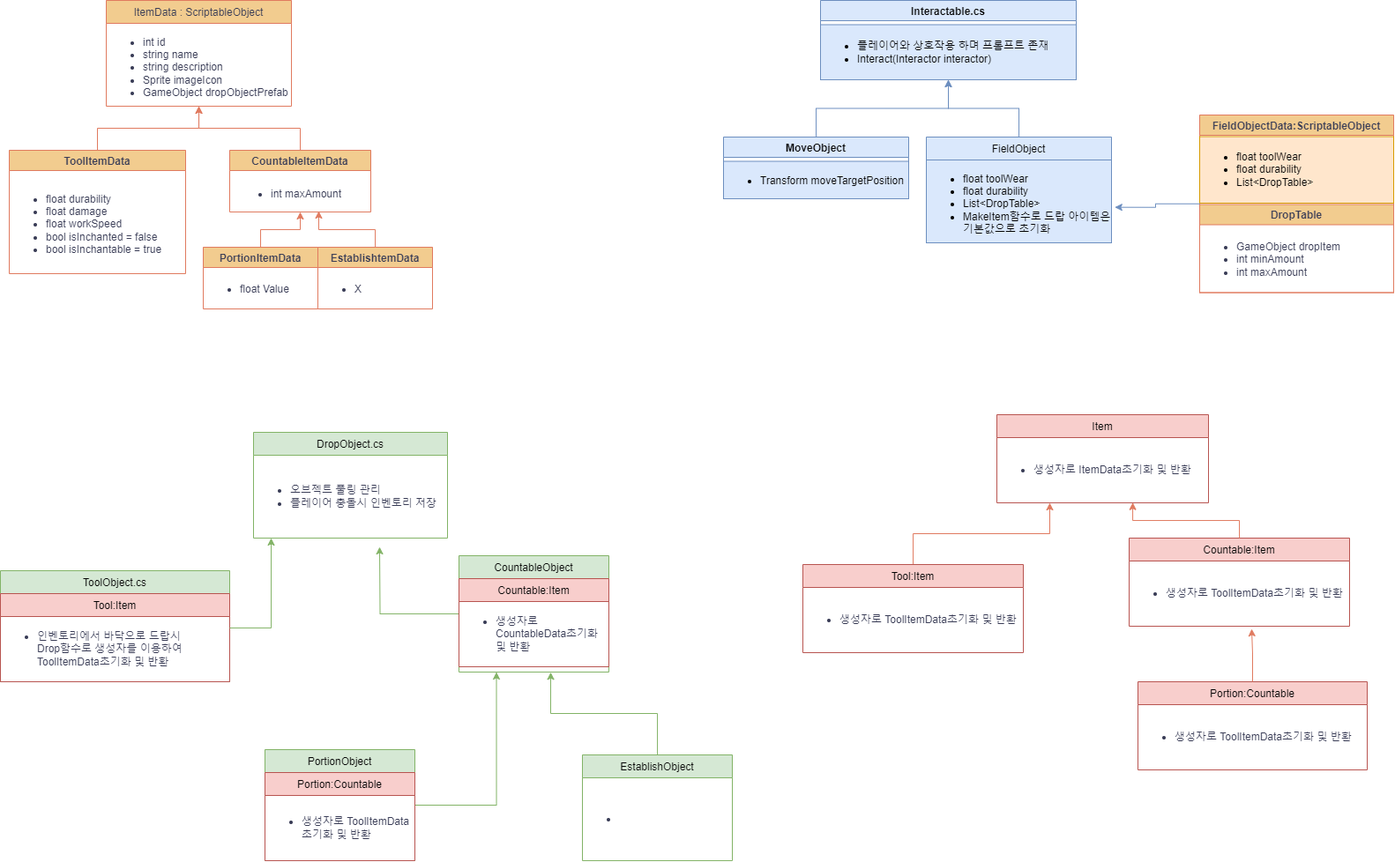
This is 제목 없는 다이어그램.drawio.png from hae-seung/ddolking, a draw.io export, as it was before one commit. Source tidied: cells renumbered, new cells last; positions are measured from the earlier drawing's top-left corner, leaving out a move shared by most shapes.
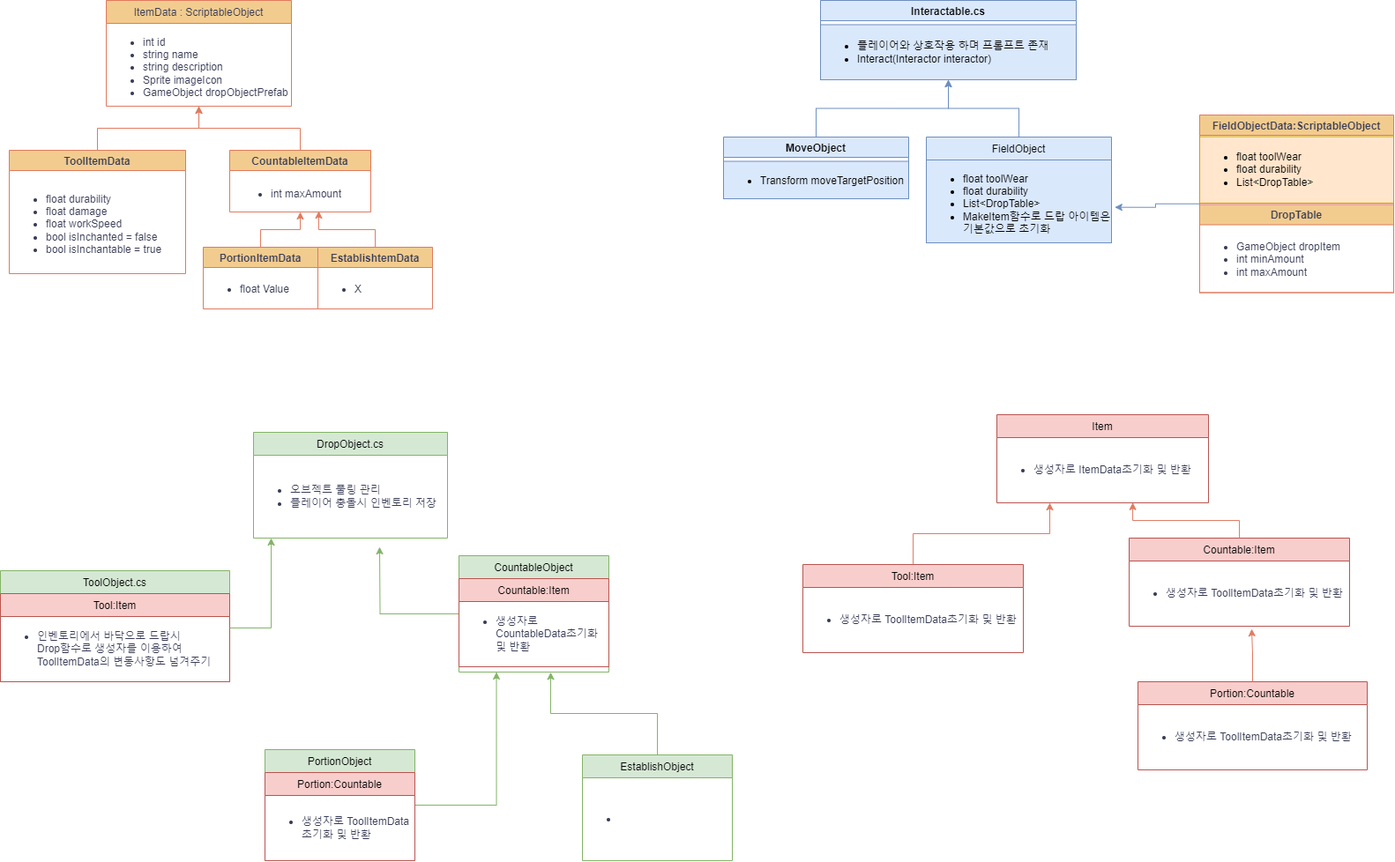
Later version of the same file.

Commit message:
제목 없는 다이어그램.drawio.png 업데이트

Diff of the diagram source:
```diff
@@ -89,7 +89,7 @@
     <mxCell id="30" value="Tool:Item" style="swimlane;fontStyle=0;align=center;verticalAlign=top;horizontal=1;startSize=26;rounded=0;shadow=0;strokeWidth=1;labelBackgroundColor=none;fillColor=#f8cecc;strokeColor=#b85450;" parent="29" vertex="1">
       <mxGeometry y="26" width="260" height="100" as="geometry" />
     </mxCell>
-    <mxCell id="31" value="&lt;ul&gt;&lt;li&gt;인벤토리에서 바닥으로 드랍시&lt;br&gt;Drop함수로 생성자를 이용하여 ToolItemData초기화 및 반환&lt;/li&gt;&lt;/ul&gt;" style="text;strokeColor=none;fillColor=none;html=1;whiteSpace=wrap;verticalAlign=middle;overflow=hidden;fontColor=#393C56;" parent="30" vertex="1">
+    <mxCell id="31" value="&lt;ul&gt;&lt;li&gt;인벤토리에서 바닥으로 드랍시&lt;br&gt;Drop함수로 생성자를 이용하여 ToolItemData의 변동사항도 넘겨주기&lt;/li&gt;&lt;/ul&gt;" style="text;strokeColor=none;fillColor=none;html=1;whiteSpace=wrap;verticalAlign=middle;overflow=hidden;fontColor=#393C56;" parent="30" vertex="1">
       <mxGeometry y="26" width="260" height="74" as="geometry" />
     </mxCell>
     <mxCell id="32" value="EstablishtemData" style="swimlane;strokeColor=#E07A5F;fontColor=#393C56;fillColor=#F2CC8F;startSize=23;" parent="1" vertex="1">
```
